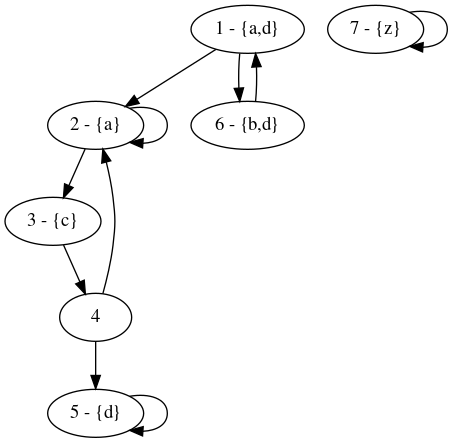
Before: pres/imgs/g2.png, a diagram exported from Graphviz (pgimalac/ctl). Its source is kept beside it as pres/imgs/g2.dot. The source it was exported from:
```dot
digraph {
  1 -> 2;
  1 -> 6;
  2 -> 2;
  2 -> 3;
  3 -> 4;
  4 -> 5;
  4 -> 2;
  5 -> 5;
  6 -> 1;
  7 -> 7;

  1 [label="1 - {a,d}"];
  2 [label="2 - {a}"];
  3 [label="3 - {c}"];
  5 [label="5 - {d}"];
  6 [label="6 - {b,d}"];
  7 [label="7 - {z}"];
}
```
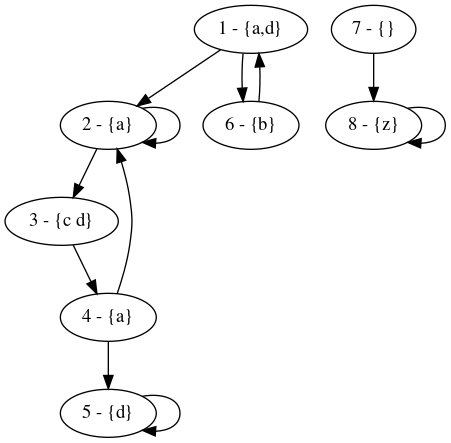
After the change.

Change to the diagram source:
```diff
@@ -8,12 +8,15 @@
   4 -> 2;
   5 -> 5;
   6 -> 1;
-  7 -> 7;
+  7 -> 8;
+  8 -> 8;
 
   1 [label="1 - {a,d}"];
   2 [label="2 - {a}"];
-  3 [label="3 - {c}"];
+  3 [label="3 - {c d}"];
+  4 [label="4 - {a}"]
   5 [label="5 - {d}"];
-  6 [label="6 - {b,d}"];
-  7 [label="7 - {z}"];
+  6 [label="6 - {b}"];
+  7 [label="7 - {}"];
+  8 [label="8 - {z}"];
 }
```
